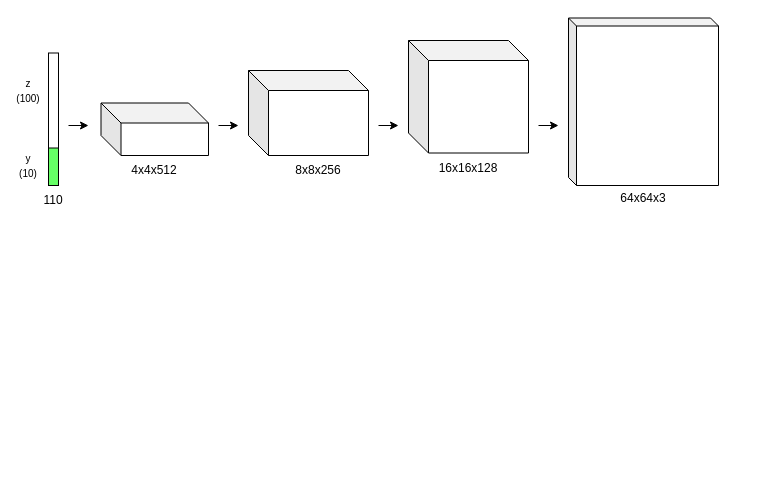
Earlier version of the draw.io diagram SINesthesia_architecture.drawio (lbellman/SIN-esthesia). Source tidied: cells renumbered, new cells numbered last; positions are measured from the earlier drawing's top-left corner, leaving out a move shared by most shapes. Both pictures are drawn from the tidied source at 100%, with x=0, y=0 at pixel (6, 17).
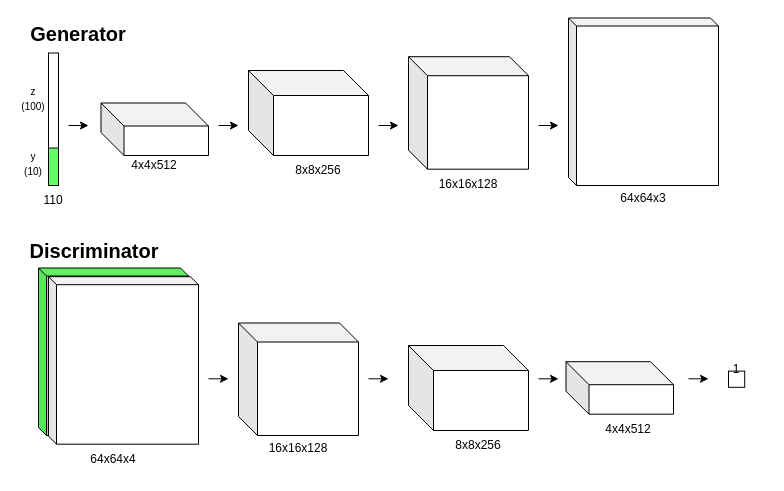
The same page after the edit.

What changed in the source:
```diff
@@
     <mxCell id="4" value="&lt;font style=&quot;font-size: 10px&quot;&gt;z (100)&lt;/font&gt;" style="text;html=1;strokeColor=none;fillColor=none;align=center;verticalAlign=middle;whiteSpace=wrap;rounded=0;" parent="1" vertex="1">
-      <mxGeometry x="12" y="68" width="20" height="10" as="geometry" />
+      <mxGeometry x="17" y="75.5" width="20" height="10" as="geometry" />
     </mxCell>
     <mxCell id="5" value="&lt;font style=&quot;font-size: 10px&quot;&gt;y (10)&lt;/font&gt;" style="text;html=1;strokeColor=none;fillColor=none;align=center;verticalAlign=middle;whiteSpace=wrap;rounded=0;" parent="1" vertex="1">
-      <mxGeometry x="12" y="135.5" width="20" height="25" as="geometry" />
+      <mxGeometry x="17" y="133" width="20" height="25" as="geometry" />
     </mxCell>
@@
-    <mxCell id="8" style="shape=cube;whiteSpace=wrap;html=1;boundedLbl=1;backgroundOutline=1;darkOpacity=0.05;darkOpacity2=0.1;fontSize=10;fillColor=#FFFFFF;" parent="1" vertex="1">
+    <mxCell id="8" style="shape=cube;whiteSpace=wrap;html=1;boundedLbl=1;backgroundOutline=1;darkOpacity=0.05;darkOpacity2=0.1;fontSize=10;fillColor=#FFFFFF;size=23;" parent="1" vertex="1">
       <mxGeometry x="94.5" y="85.5" width="107.5" height="52.5" as="geometry" />
     </mxCell>
     <mxCell id="9" value="&lt;font style=&quot;font-size: 12px&quot;&gt;4x4x512&lt;/font&gt;" style="text;html=1;strokeColor=none;fillColor=none;align=center;verticalAlign=middle;whiteSpace=wrap;rounded=0;fontSize=10;" parent="1" vertex="1">
-      <mxGeometry x="118.2" y="138" width="60" height="30" as="geometry" />
+      <mxGeometry x="118.2" y="133" width="60" height="30" as="geometry" />
     </mxCell>
@@
-    <mxCell id="11" style="shape=cube;whiteSpace=wrap;html=1;boundedLbl=1;backgroundOutline=1;darkOpacity=0.05;darkOpacity2=0.1;fontSize=10;fillColor=#FFFFFF;" parent="1" vertex="1">
+    <mxCell id="11" style="shape=cube;whiteSpace=wrap;html=1;boundedLbl=1;backgroundOutline=1;darkOpacity=0.05;darkOpacity2=0.1;fontSize=10;fillColor=#FFFFFF;size=25;" parent="1" vertex="1">
       <mxGeometry x="242" y="53" width="120" height="85" as="geometry" />
     </mxCell>
@@
-    <mxCell id="14" style="shape=cube;whiteSpace=wrap;html=1;boundedLbl=1;backgroundOutline=1;darkOpacity=0.05;darkOpacity2=0.1;fontSize=10;fillColor=#FFFFFF;" parent="1" vertex="1">
-      <mxGeometry x="402" y="23" width="120" height="112.5" as="geometry" />
+    <mxCell id="14" style="shape=cube;whiteSpace=wrap;html=1;boundedLbl=1;backgroundOutline=1;darkOpacity=0.05;darkOpacity2=0.1;fontSize=10;fillColor=#FFFFFF;size=19;" parent="1" vertex="1">
+      <mxGeometry x="402" y="39.2" width="120" height="112.5" as="geometry" />
     </mxCell>
     <mxCell id="15" value="&lt;font style=&quot;font-size: 12px&quot;&gt;16x16x128&lt;/font&gt;" style="text;html=1;strokeColor=none;fillColor=none;align=center;verticalAlign=middle;whiteSpace=wrap;rounded=0;fontSize=10;" parent="1" vertex="1">
-      <mxGeometry x="432" y="135.5" width="60" height="30" as="geometry" />
+      <mxGeometry x="432" y="151.8" width="60" height="30" as="geometry" />
     </mxCell>
@@
+    <mxCell id="19" style="shape=cube;whiteSpace=wrap;html=1;boundedLbl=1;backgroundOutline=1;darkOpacity=0.05;darkOpacity2=0.1;fontSize=10;fillColor=#66FF66;size=8;" parent="1" vertex="1">
+      <mxGeometry x="32" y="250.5" width="150" height="167.5" as="geometry" />
+    </mxCell>
+    <mxCell id="20" style="shape=cube;whiteSpace=wrap;html=1;boundedLbl=1;backgroundOutline=1;darkOpacity=0.05;darkOpacity2=0.1;fontSize=10;fillColor=#FFFFFF;size=8;" parent="1" vertex="1">
+      <mxGeometry x="42" y="259.2" width="150" height="167.5" as="geometry" />
+    </mxCell>
+    <mxCell id="21" value="64x64x4" style="text;html=1;strokeColor=none;fillColor=none;align=center;verticalAlign=middle;whiteSpace=wrap;rounded=0;fontSize=12;" parent="1" vertex="1">
+      <mxGeometry x="77" y="426.8" width="60" height="30" as="geometry" />
+    </mxCell>
+    <mxCell id="22" style="shape=cube;whiteSpace=wrap;html=1;boundedLbl=1;backgroundOutline=1;darkOpacity=0.05;darkOpacity2=0.1;fontSize=10;fillColor=#FFFFFF;size=19;" parent="1" vertex="1">
+      <mxGeometry x="232" y="305.5" width="120" height="112.5" as="geometry" />
+    </mxCell>
+    <mxCell id="23" style="endArrow=classic;html=1;rounded=0;fontSize=10;" parent="1" edge="1">
+      <mxGeometry relative="1" as="geometry">
+        <mxPoint x="202" y="361.3" as="sourcePoint" />
+        <mxPoint x="222" y="361.3" as="targetPoint" />
+      </mxGeometry>
+    </mxCell>
+    <mxCell id="24" style="shape=cube;whiteSpace=wrap;html=1;boundedLbl=1;backgroundOutline=1;darkOpacity=0.05;darkOpacity2=0.1;fontSize=10;fillColor=#FFFFFF;size=25;" parent="1" vertex="1">
+      <mxGeometry x="402" y="328" width="120" height="85" as="geometry" />
+    </mxCell>
+    <mxCell id="25" style="endArrow=classic;html=1;rounded=0;fontSize=10;" parent="1" edge="1">
+      <mxGeometry relative="1" as="geometry">
+        <mxPoint x="362" y="361.3" as="sourcePoint" />
+        <mxPoint x="382" y="361.3" as="targetPoint" />
+      </mxGeometry>
+    </mxCell>
+    <mxCell id="26" style="shape=cube;whiteSpace=wrap;html=1;boundedLbl=1;backgroundOutline=1;darkOpacity=0.05;darkOpacity2=0.1;fontSize=10;fillColor=#FFFFFF;size=23;" parent="1" vertex="1">
+      <mxGeometry x="559.5" y="344.2" width="107.5" height="52.5" as="geometry" />
+    </mxCell>
+    <mxCell id="27" style="endArrow=classic;html=1;rounded=0;fontSize=10;" parent="1" edge="1">
+      <mxGeometry relative="1" as="geometry">
+        <mxPoint x="532" y="361.3" as="sourcePoint" />
+        <mxPoint x="552" y="361.3" as="targetPoint" />
+      </mxGeometry>
+    </mxCell>
+    <mxCell id="28" style="endArrow=classic;html=1;rounded=0;fontSize=10;" parent="1" edge="1">
+      <mxGeometry relative="1" as="geometry">
+        <mxPoint x="682" y="361.3" as="sourcePoint" />
+        <mxPoint x="702" y="361.3" as="targetPoint" />
+      </mxGeometry>
+    </mxCell>
+    <mxCell id="29" style="whiteSpace=wrap;html=1;fontSize=12;fillColor=#FFFFFF;" parent="1" vertex="1">
+      <mxGeometry x="722" y="353.6" width="16.2" height="16.2" as="geometry" />
+    </mxCell>
+    <mxCell id="30" value="&lt;font style=&quot;font-size: 12px&quot;&gt;16x16x128&lt;/font&gt;" style="text;html=1;strokeColor=none;fillColor=none;align=center;verticalAlign=middle;whiteSpace=wrap;rounded=0;fontSize=10;" parent="1" vertex="1">
+      <mxGeometry x="262" y="415.5" width="60" height="30" as="geometry" />
+    </mxCell>
+    <mxCell id="31" value="&lt;font style=&quot;font-size: 12px&quot;&gt;8x8x256&lt;/font&gt;" style="text;html=1;strokeColor=none;fillColor=none;align=center;verticalAlign=middle;whiteSpace=wrap;rounded=0;fontSize=10;" parent="1" vertex="1">
+      <mxGeometry x="442" y="413" width="60" height="30" as="geometry" />
+    </mxCell>
+    <mxCell id="32" value="&lt;font style=&quot;font-size: 12px&quot;&gt;4x4x512&lt;/font&gt;" style="text;html=1;strokeColor=none;fillColor=none;align=center;verticalAlign=middle;whiteSpace=wrap;rounded=0;fontSize=10;" parent="1" vertex="1">
+      <mxGeometry x="592" y="396.8" width="60" height="30" as="geometry" />
+    </mxCell>
+    <mxCell id="33" value="&lt;font style=&quot;font-size: 12px&quot;&gt;1&lt;/font&gt;" style="text;html=1;strokeColor=none;fillColor=none;align=center;verticalAlign=middle;whiteSpace=wrap;rounded=0;fontSize=10;" parent="1" vertex="1">
+      <mxGeometry x="700.1" y="336.8" width="60" height="30" as="geometry" />
+    </mxCell>
+    <mxCell id="34" value="&lt;font size=&quot;1&quot;&gt;&lt;b style=&quot;font-size: 20px&quot;&gt;Generator&lt;/b&gt;&lt;/font&gt;" style="text;html=1;strokeColor=none;fillColor=none;align=center;verticalAlign=middle;whiteSpace=wrap;rounded=0;fontSize=12;" parent="1" vertex="1">
+      <mxGeometry x="42" y="0.5" width="60" height="30" as="geometry" />
+    </mxCell>
+    <mxCell id="35" value="&lt;font size=&quot;1&quot;&gt;&lt;b style=&quot;font-size: 20px&quot;&gt;Discriminator&lt;/b&gt;&lt;/font&gt;" style="text;html=1;strokeColor=none;fillColor=none;align=center;verticalAlign=middle;whiteSpace=wrap;rounded=0;fontSize=12;" parent="1" vertex="1">
+      <mxGeometry x="58.2" y="218" width="60" height="30" as="geometry" />
+    </mxCell>
```
